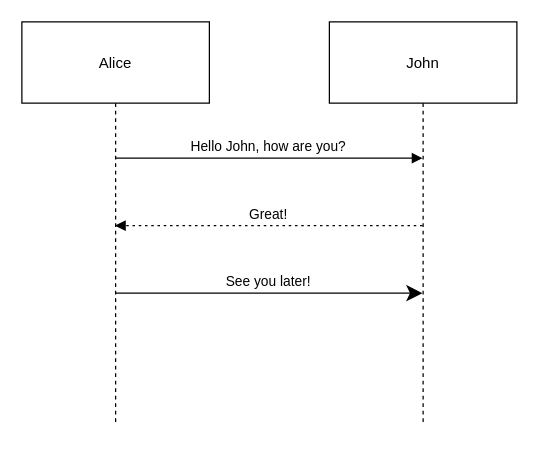
RizvanovaA2/rizvanova keeps this draw.io diagram as Диаграмма без названия.drawio. Above is the earlier version. Source tidied: cells renumbered, new cells numbered last; positions are measured from the earlier drawing's top-left corner, leaving out a move shared by most shapes. Both pictures are drawn from the tidied source at 125%, with x=0, y=0 at pixel (21, 21).
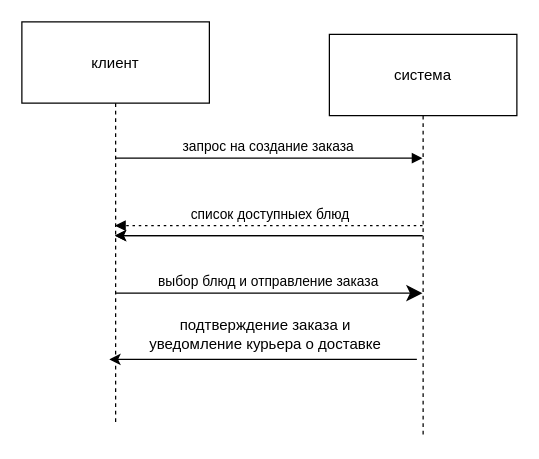
Above is the later version.

What changed in the source:
```diff
@@
 <mxGraphModel>
   <root>
     <mxCell id="0" />
     <mxCell id="1" parent="0" />
-    <mxCell id="2" value="Alice" style="shape=umlLifeline;perimeter=lifelinePerimeter;whiteSpace=wrap;outlineConnect=0;portConstraint=eastwest;newEdgeStyle={&quot;edgeStyle&quot;:&quot;elbowEdgeStyle&quot;,&quot;elbow&quot;:&quot;vertical&quot;,&quot;curved&quot;:0,&quot;rounded&quot;:0};size=65;" parent="1" vertex="1">
+    <mxCell id="2" value="клиент" style="shape=umlLifeline;perimeter=lifelinePerimeter;whiteSpace=wrap;outlineConnect=0;portConstraint=eastwest;newEdgeStyle={&quot;edgeStyle&quot;:&quot;elbowEdgeStyle&quot;,&quot;elbow&quot;:&quot;vertical&quot;,&quot;curved&quot;:0,&quot;rounded&quot;:0};size=65;" parent="1" vertex="1">
       <mxGeometry width="150" height="322" as="geometry" />
     </mxCell>
-    <mxCell id="3" value="John" style="shape=umlLifeline;perimeter=lifelinePerimeter;whiteSpace=wrap;outlineConnect=0;portConstraint=eastwest;newEdgeStyle={&quot;edgeStyle&quot;:&quot;elbowEdgeStyle&quot;,&quot;elbow&quot;:&quot;vertical&quot;,&quot;curved&quot;:0,&quot;rounded&quot;:0};size=65;" parent="1" vertex="1">
-      <mxGeometry x="246" width="150" height="322" as="geometry" />
+    <mxCell id="3" value="система" style="shape=umlLifeline;perimeter=lifelinePerimeter;whiteSpace=wrap;outlineConnect=0;portConstraint=eastwest;newEdgeStyle={&quot;edgeStyle&quot;:&quot;elbowEdgeStyle&quot;,&quot;elbow&quot;:&quot;vertical&quot;,&quot;curved&quot;:0,&quot;rounded&quot;:0};size=65;" parent="1" vertex="1">
+      <mxGeometry x="246" y="10" width="150" height="322" as="geometry" />
     </mxCell>
-    <mxCell id="4" value="Hello John, how are you?" style="verticalAlign=bottom;edgeStyle=elbowEdgeStyle;elbow=vertical;curved=0;rounded=0;endArrow=block;" parent="1" edge="1" source="2" target="3">
+    <mxCell id="4" value="запрос на создание заказа" style="verticalAlign=bottom;edgeStyle=elbowEdgeStyle;elbow=vertical;curved=0;rounded=0;endArrow=block;" parent="1" edge="1" source="2" target="3">
       <mxGeometry relative="1" as="geometry">
         <Array as="points">
           <mxPoint x="207" y="109" />
         </Array>
       </mxGeometry>
     </mxCell>
-    <mxCell id="5" value="Great!" style="verticalAlign=bottom;edgeStyle=elbowEdgeStyle;elbow=vertical;curved=0;rounded=0;dashed=1;dashPattern=2 3;endArrow=block;" parent="1" edge="1" source="3" target="2">
+    <mxCell id="5" value=" список доступныех блюд" style="verticalAlign=bottom;edgeStyle=elbowEdgeStyle;elbow=vertical;curved=0;rounded=0;dashed=1;dashPattern=2 3;endArrow=block;" parent="1" edge="1" source="3" target="2">
       <mxGeometry relative="1" as="geometry">
         <Array as="points">
           <mxPoint x="210" y="163" />
         </Array>
       </mxGeometry>
     </mxCell>
-    <mxCell id="6" value="See you later!" style="verticalAlign=bottom;edgeStyle=elbowEdgeStyle;elbow=vertical;curved=0;rounded=0;endArrow=classic;endSize=10;" parent="1" edge="1" source="2" target="3">
+    <mxCell id="6" value="выбор блюд и отправление заказа" style="verticalAlign=bottom;edgeStyle=elbowEdgeStyle;elbow=vertical;curved=0;rounded=0;endArrow=classic;endSize=10;" parent="1" edge="1" source="2" target="3">
       <mxGeometry relative="1" as="geometry">
         <Array as="points">
           <mxPoint x="207" y="217" />
         </Array>
       </mxGeometry>
     </mxCell>
+    <mxCell id="7" style="endArrow=classic;html=1;rounded=0;" parent="1" edge="1" source="3" target="2">
+      <mxGeometry relative="1" as="geometry" />
+    </mxCell>
+    <mxCell id="8" style="endArrow=classic;html=1;rounded=0;" parent="1" edge="1" source="3" target="2">
+      <mxGeometry relative="1" as="geometry" />
+    </mxCell>
+    <mxCell id="9" style="endArrow=classic;html=1;rounded=0;" parent="1" edge="1">
+      <mxGeometry relative="1" as="geometry">
+        <mxPoint x="316" y="270" as="sourcePoint" />
+        <mxPoint x="70" y="270" as="targetPoint" />
+      </mxGeometry>
+    </mxCell>
+    <mxCell id="10" value="подтверждение заказа и уведомление курьера о доставке" style="text;strokeColor=none;align=center;fillColor=none;html=1;verticalAlign=middle;whiteSpace=wrap;rounded=0;" parent="1" vertex="1">
+      <mxGeometry x="90" y="240" width="210" height="20" as="geometry" />
+    </mxCell>
   </root>
 </mxGraphModel>
```
